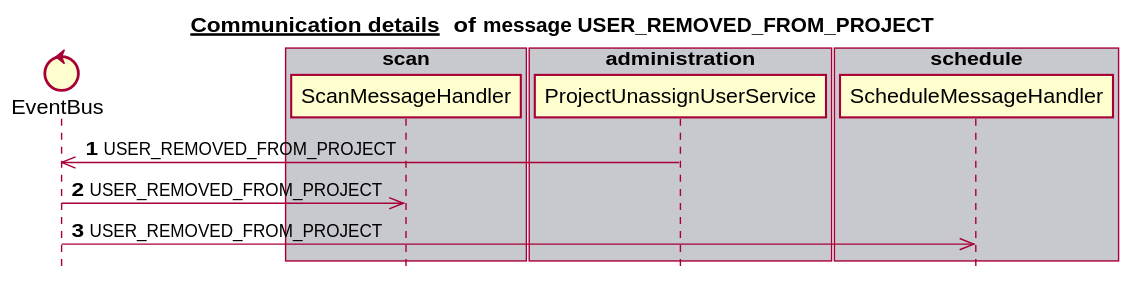
mercedes-benz/sechub keeps this PlantUML diagram as docs/latest/images/gen_domain_messaging_user_removed_from_project.svg. Above is the earlier version.
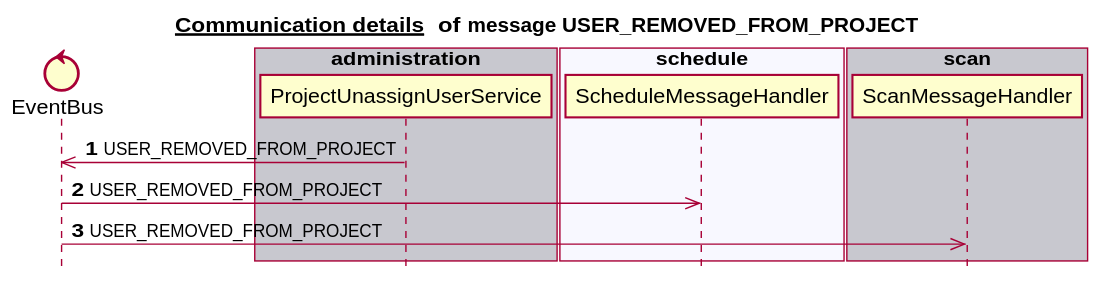
Later version of the same file.

What changed in the source:
```diff
@@ -6,23 +6,23 @@
 
 
 control EventBus
-box "scan" #C8C8CF
-   participant ScanMessageHandler
+box "notification" #C8C8CF
 end box
 box "authorization" #F8F8FF
 end box
 box "administration" #C8C8CF
    participant ProjectUnassignUserService
 end box
-box "notification" #F8F8FF
+box "schedule" #F8F8FF
+   participant ScheduleMessageHandler
 end box
-box "schedule" #C8C8CF
-   participant ScheduleMessageHandler
+box "scan" #C8C8CF
+   participant ScanMessageHandler
 end box
 autonumber 1
 ProjectUnassignUserService ->> EventBus:USER_REMOVED_FROM_PROJECT
+EventBus ->> ScheduleMessageHandler:USER_REMOVED_FROM_PROJECT
 EventBus ->> ScanMessageHandler:USER_REMOVED_FROM_PROJECT
-EventBus ->> ScheduleMessageHandler:USER_REMOVED_FROM_PROJECT
 autonumber stop
 
 
```
